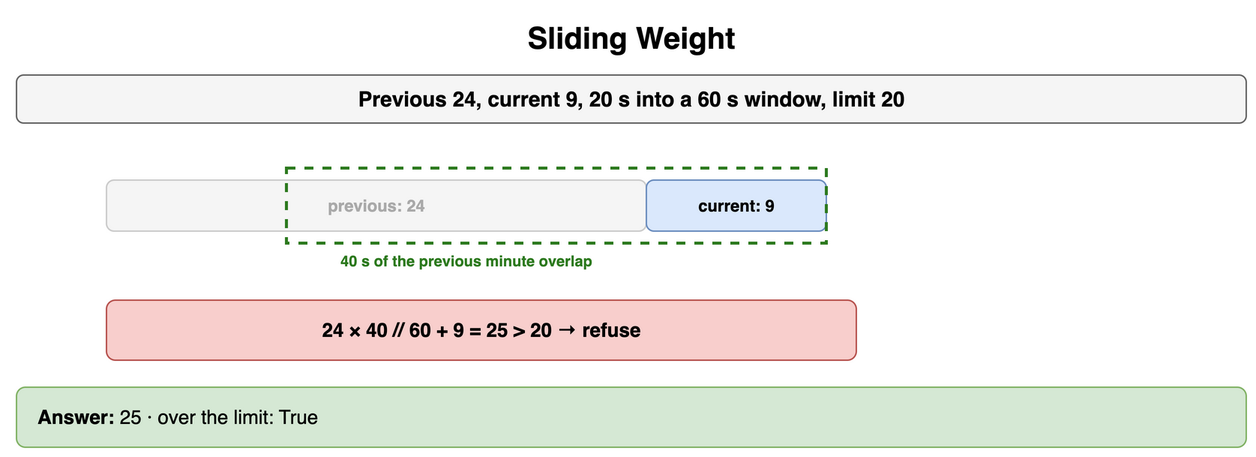
This is content/09_System_Design_Interview/17_Rate_Limiting_and_Throttling/diagrams/rate-limiting-drills-6-sliding-weight.png from amendez13/swe-study-guide, a draw.io export, as it was before one commit. Source tidied: cells renumbered, new cells last; positions are measured from the earlier drawing's top-left corner, leaving out a move shared by most shapes. Its diagram source:
```xml
<mxGraphModel>
  <root>
    <mxCell id="0" />
    <mxCell id="1" parent="0" />
    <mxCell id="2" value="Sliding Weight" style="text;html=1;align=center;verticalAlign=middle;whiteSpace=wrap;fontSize=20;fontStyle=1;" parent="1" vertex="1">
      <mxGeometry width="820" height="30" as="geometry" />
    </mxCell>
    <mxCell id="3" value="Previous 24, current 9, 20 s into a 60 s window, limit 20" style="rounded=1;whiteSpace=wrap;html=1;fillColor=#f5f5f5;strokeColor=#666666;fontStyle=1;fontSize=14;" parent="1" vertex="1">
      <mxGeometry y="40" width="820" height="32" as="geometry" />
    </mxCell>
    <mxCell id="4" value="previous: 24" style="rounded=1;whiteSpace=wrap;html=1;fillColor=#f5f5f5;strokeColor=#cccccc;fontSize=11;align=center;fontStyle=1;fontColor=#aaaaaa;" parent="1" vertex="1">
      <mxGeometry x="60" y="110" width="360" height="34" as="geometry" />
    </mxCell>
    <mxCell id="5" value="current: 9" style="rounded=1;whiteSpace=wrap;html=1;fillColor=#dae8fc;strokeColor=#6c8ebf;fontSize=11;align=center;fontStyle=1;" parent="1" vertex="1">
      <mxGeometry x="420" y="110" width="120" height="34" as="geometry" />
    </mxCell>
    <mxCell id="6" style="rounded=0;fillColor=none;strokeColor=#2d7a1f;strokeWidth=2;dashed=1;" parent="1" vertex="1">
      <mxGeometry x="180" y="102" width="360" height="50" as="geometry" />
    </mxCell>
    <mxCell id="7" value="40 s of the previous minute overlap" style="text;html=1;whiteSpace=wrap;fontSize=11;align=center;verticalAlign=middle;fontSize=10;fontColor=#2d7a1f;fontStyle=1;" parent="1" vertex="1">
      <mxGeometry x="180" y="156" width="240" height="16" as="geometry" />
    </mxCell>
    <mxCell id="8" value="24 × 40 // 60 + 9 = 25 &gt; 20 → refuse" style="rounded=1;whiteSpace=wrap;html=1;fillColor=#f8cecc;strokeColor=#b85450;fontSize=13;align=center;fontStyle=1;" parent="1" vertex="1">
      <mxGeometry x="60" y="190" width="500" height="40" as="geometry" />
    </mxCell>
    <mxCell id="9" value="&lt;b&gt;Answer:&lt;/b&gt; 25 · over the limit: True" style="rounded=1;whiteSpace=wrap;html=1;fillColor=#d5e8d4;strokeColor=#82b366;fontSize=13;align=left;spacingLeft=12;" parent="1" vertex="1">
      <mxGeometry y="248" width="820" height="40" as="geometry" />
    </mxCell>
  </root>
</mxGraphModel>
```
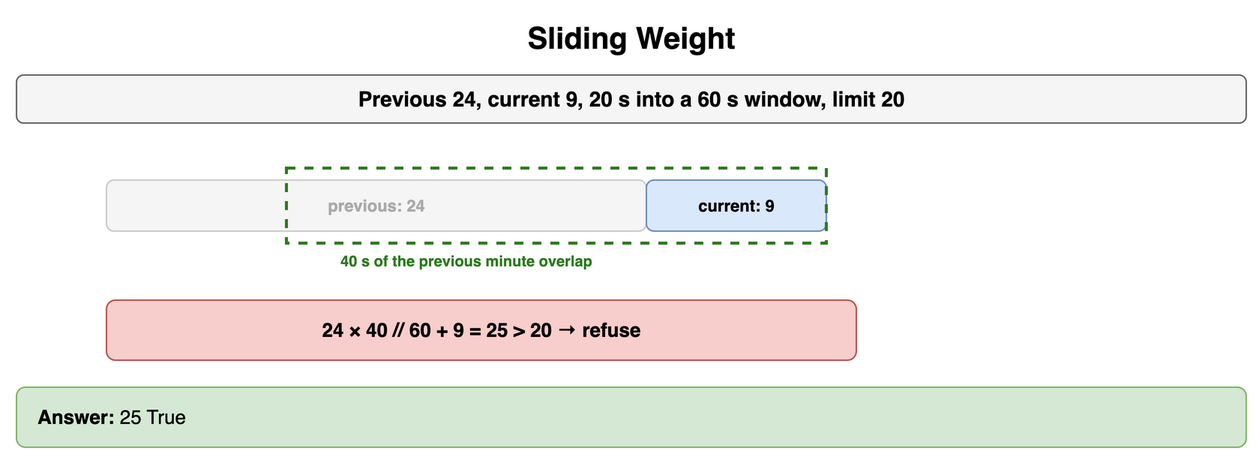
Above is the later version.

The edit, as a diff of the source:
```diff
@@ -23,7 +23,7 @@
     <mxCell id="8" value="24 × 40 // 60 + 9 = 25 &gt; 20 → refuse" style="rounded=1;whiteSpace=wrap;html=1;fillColor=#f8cecc;strokeColor=#b85450;fontSize=13;align=center;fontStyle=1;" parent="1" vertex="1">
       <mxGeometry x="60" y="190" width="500" height="40" as="geometry" />
     </mxCell>
-    <mxCell id="9" value="&lt;b&gt;Answer:&lt;/b&gt; 25 · over the limit: True" style="rounded=1;whiteSpace=wrap;html=1;fillColor=#d5e8d4;strokeColor=#82b366;fontSize=13;align=left;spacingLeft=12;" parent="1" vertex="1">
+    <mxCell id="9" value="&lt;b&gt;Answer:&lt;/b&gt; 25 True" style="rounded=1;whiteSpace=wrap;html=1;fillColor=#d5e8d4;strokeColor=#82b366;fontSize=13;align=left;spacingLeft=12;" parent="1" vertex="1">
       <mxGeometry y="248" width="820" height="40" as="geometry" />
     </mxCell>
   </root>
```
